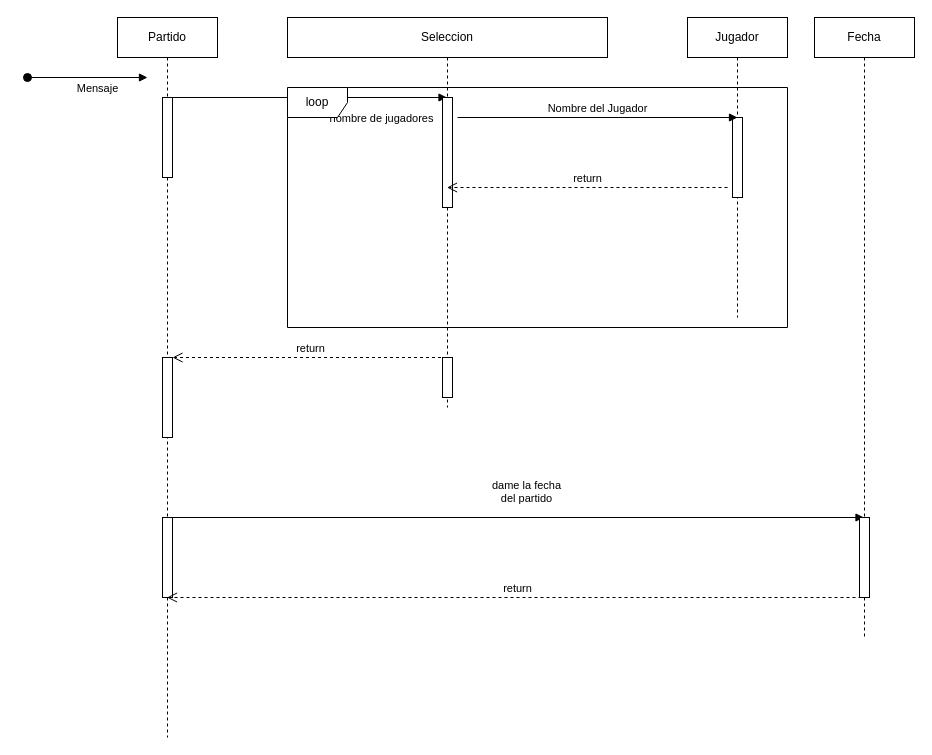
sebastian-butcovich/Fifa-Qatar2 keeps this draw.io diagram as tp1DS.drawio. Above is the earlier version. Source tidied: cells renumbered, new cells numbered last; positions are measured from the earlier drawing's top-left corner, leaving out a move shared by most shapes. Both pictures are drawn from the tidied source at 100%, with x=0, y=0 at pixel (27, 17).
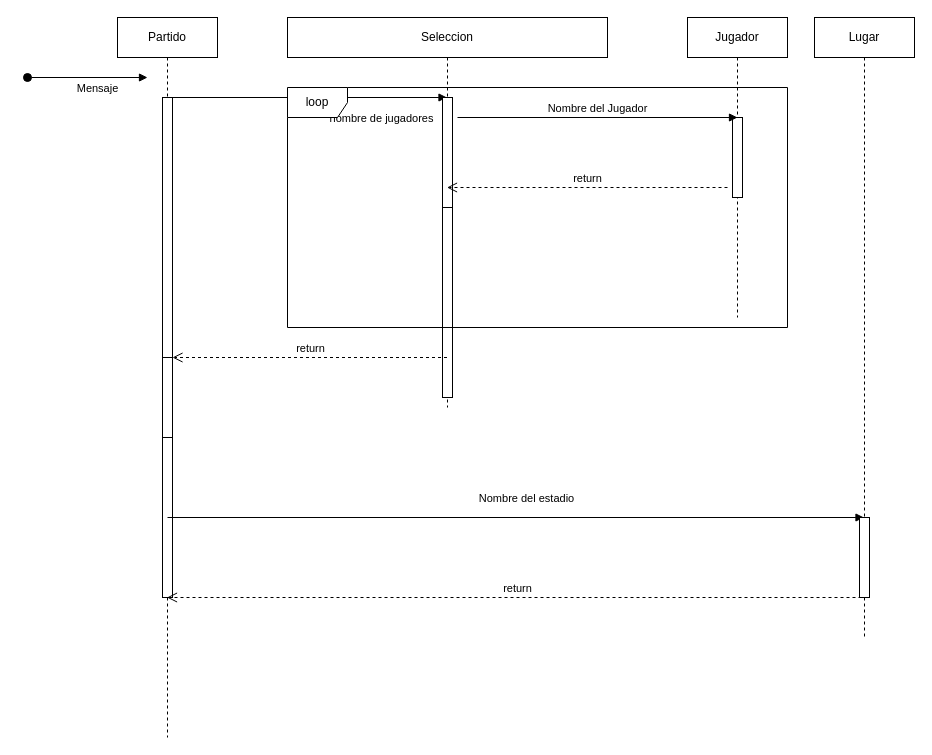
After the change.

Commit message (it also covers changes not shown here):
modificaciones de uml y diagrama en secuencia, ademas se agrego el pseudocodigo del diagrama

Unchanged cells that the change refers to:
```xml
<mxCell id="3" value="Partido" style="shape=umlLifeline;perimeter=lifelinePerimeter;whiteSpace=wrap;html=1;outlineConnect=0;" parent="1" vertex="1">
  <mxGeometry x="90" width="100" height="720" as="geometry" />
</mxCell>
<mxCell id="9" value="Seleccion" style="shape=umlLifeline;perimeter=lifelinePerimeter;whiteSpace=wrap;html=1;outlineConnect=0;" parent="1" vertex="1">
  <mxGeometry x="260" width="320" height="390" as="geometry" />
</mxCell>
```

What changed in the source:
```diff
@@
     <mxCell id="4" style="html=1;perimeter=orthogonalPerimeter;" parent="3" vertex="1">
-      <mxGeometry x="45" y="80" width="10" height="80" as="geometry" />
+      <mxGeometry x="45" y="80" width="10" height="260" as="geometry" />
     </mxCell>
@@
     <mxCell id="7" style="html=1;perimeter=orthogonalPerimeter;" parent="3" vertex="1">
-      <mxGeometry x="45" y="500" width="10" height="80" as="geometry" />
+      <mxGeometry x="45" y="420" width="10" height="160" as="geometry" />
     </mxCell>
-    <mxCell id="8" value="dame la fecha&lt;br&gt;del partido" style="html=1;verticalAlign=bottom;endArrow=block;rounded=0;" parent="3" edge="1" target="12">
+    <mxCell id="8" value="Nombre del estadio" style="html=1;verticalAlign=bottom;endArrow=block;rounded=0;" parent="3" edge="1" target="12">
       <mxGeometry x="0.03" y="10" relative="1" as="geometry">
         <mxPoint x="50" y="500" as="sourcePoint" />
       </mxGeometry>
     </mxCell>
@@
     <mxCell id="11" style="html=1;perimeter=orthogonalPerimeter;" parent="9" vertex="1">
-      <mxGeometry x="155" y="340" width="10" height="40" as="geometry" />
+      <mxGeometry x="155" y="190" width="10" height="190" as="geometry" />
     </mxCell>
-    <mxCell id="12" value="Fecha" style="shape=umlLifeline;perimeter=lifelinePerimeter;whiteSpace=wrap;html=1;outlineConnect=0;" parent="1" vertex="1">
+    <mxCell id="12" value="Lugar" style="shape=umlLifeline;perimeter=lifelinePerimeter;whiteSpace=wrap;html=1;outlineConnect=0;" parent="1" vertex="1">
       <mxGeometry x="787" width="100" height="620" as="geometry" />
     </mxCell>
@@
+    <mxCell id="16" value="loop" style="shape=umlFrame;whiteSpace=wrap;html=1;" parent="1" vertex="1">
+      <mxGeometry x="260" y="70" width="500" height="240" as="geometry" />
+    </mxCell>
@@
-    <mxCell id="16" value="loop" style="shape=umlFrame;whiteSpace=wrap;html=1;" parent="1" vertex="1">
-      <mxGeometry x="260" y="70" width="500" height="240" as="geometry" />
-    </mxCell>
```
